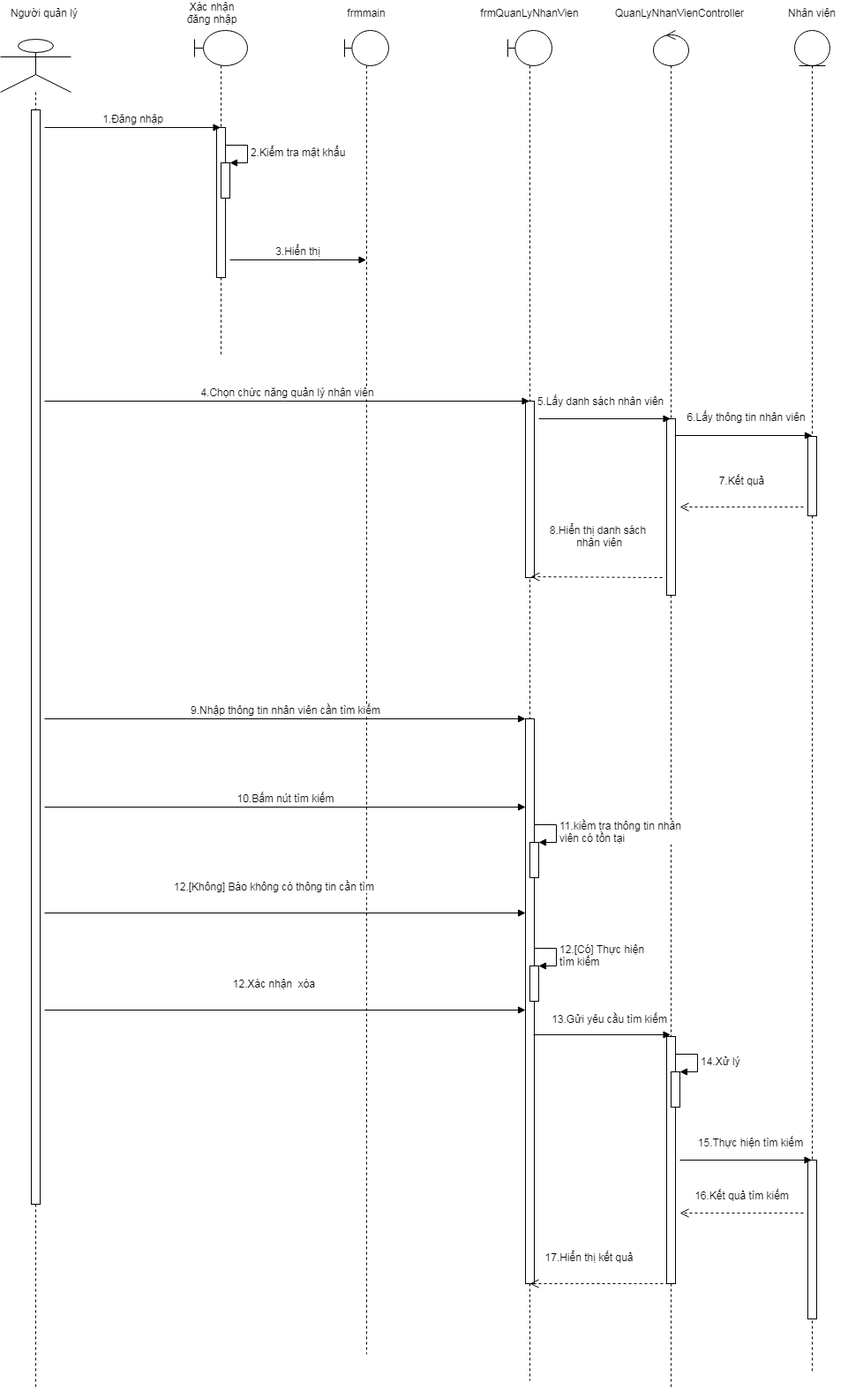
KNhaa/DoAnCNPM keeps this draw.io diagram as Phan_Tich_Thiet_Ke/Diagram/Sequence_Diagram/SequenceDiagram_QuanLyNhanVien_TimKiemNhanVien.png. Above is the earlier version. Source tidied: cells renumbered, new cells last; positions are measured from the earlier drawing's top-left corner, leaving out a move shared by most shapes. Source of this version:
```xml
<mxGraphModel>
  <root>
    <mxCell id="0" />
    <mxCell id="1" parent="0" />
    <mxCell id="2" style="shape=umlLifeline;participant=umlActor;perimeter=lifelinePerimeter;whiteSpace=wrap;html=1;verticalAlign=top;spacingTop=36;size=60;" parent="1" vertex="1">
      <mxGeometry y="40" width="80" height="1530" as="geometry" />
    </mxCell>
    <mxCell id="3" style="html=1;perimeter=orthogonalPerimeter;" parent="2" vertex="1">
      <mxGeometry x="35" y="80" width="10" height="1240" as="geometry" />
    </mxCell>
    <mxCell id="4" style="shape=umlLifeline;participant=umlBoundary;perimeter=lifelinePerimeter;whiteSpace=wrap;html=1;verticalAlign=top;spacingTop=36;outlineConnect=0;" parent="1" vertex="1">
      <mxGeometry x="220" y="30" width="60" height="370" as="geometry" />
    </mxCell>
    <mxCell id="5" style="html=1;perimeter=orthogonalPerimeter;" parent="4" vertex="1">
      <mxGeometry x="25" y="110" width="10" height="170" as="geometry" />
    </mxCell>
    <mxCell id="6" style="html=1;points=[];perimeter=orthogonalPerimeter;" parent="4" vertex="1">
      <mxGeometry x="30" y="150" width="10" height="40" as="geometry" />
    </mxCell>
    <mxCell id="7" value="&lt;font style=&quot;font-size: 12px&quot;&gt;2.Kiểm tra mật khẩu&lt;/font&gt;" style="edgeStyle=orthogonalEdgeStyle;html=1;align=left;spacingLeft=2;endArrow=block;rounded=0;entryX=1;entryY=0;" parent="4" edge="1" target="6">
      <mxGeometry relative="1" as="geometry">
        <mxPoint x="35" y="130" as="sourcePoint" />
        <Array as="points">
          <mxPoint x="60" y="130" />
        </Array>
      </mxGeometry>
    </mxCell>
    <mxCell id="8" style="shape=umlLifeline;participant=umlBoundary;perimeter=lifelinePerimeter;whiteSpace=wrap;html=1;verticalAlign=top;spacingTop=36;outlineConnect=0;" parent="1" vertex="1">
      <mxGeometry x="390" y="30" width="50" height="1500" as="geometry" />
    </mxCell>
    <mxCell id="9" style="shape=umlLifeline;participant=umlEntity;perimeter=lifelinePerimeter;whiteSpace=wrap;html=1;verticalAlign=top;spacingTop=36;outlineConnect=0;" parent="1" vertex="1">
      <mxGeometry x="900" y="30" width="40" height="1520" as="geometry" />
    </mxCell>
    <mxCell id="10" style="html=1;points=[];perimeter=orthogonalPerimeter;" parent="9" vertex="1">
      <mxGeometry x="15" y="460" width="10" height="90" as="geometry" />
    </mxCell>
    <mxCell id="11" style="html=1;perimeter=orthogonalPerimeter;" parent="9" vertex="1">
      <mxGeometry x="15" y="1280" width="10" height="180" as="geometry" />
    </mxCell>
    <mxCell id="12" style="shape=umlLifeline;participant=umlControl;perimeter=lifelinePerimeter;whiteSpace=wrap;html=1;verticalAlign=top;spacingTop=36;outlineConnect=0;" parent="1" vertex="1">
      <mxGeometry x="740" y="30" width="40" height="1540" as="geometry" />
    </mxCell>
    <mxCell id="13" style="html=1;points=[];perimeter=orthogonalPerimeter;" parent="12" vertex="1">
      <mxGeometry x="15" y="440" width="10" height="200" as="geometry" />
    </mxCell>
    <mxCell id="14" style="html=1;points=[];perimeter=orthogonalPerimeter;" parent="12" vertex="1">
      <mxGeometry x="15" y="1140" width="10" height="280" as="geometry" />
    </mxCell>
    <mxCell id="15" style="html=1;points=[];perimeter=orthogonalPerimeter;" parent="12" vertex="1">
      <mxGeometry x="20" y="1180" width="10" height="40" as="geometry" />
    </mxCell>
    <mxCell id="16" value="&lt;font style=&quot;font-size: 12px&quot;&gt;14.Xử lý&lt;/font&gt;" style="edgeStyle=orthogonalEdgeStyle;html=1;align=left;spacingLeft=2;endArrow=block;rounded=0;entryX=1;entryY=0;" parent="12" edge="1" target="15">
      <mxGeometry relative="1" as="geometry">
        <mxPoint x="25" y="1160" as="sourcePoint" />
        <Array as="points">
          <mxPoint x="50" y="1160" />
        </Array>
      </mxGeometry>
    </mxCell>
    <mxCell id="17" value="Người quản lý" style="text;html=1;strokeColor=none;fillColor=none;align=center;verticalAlign=middle;whiteSpace=wrap;rounded=0;" parent="1" vertex="1">
      <mxGeometry x="10" width="80" height="20" as="geometry" />
    </mxCell>
    <mxCell id="18" value="Xác nhận đăng nhập" style="text;html=1;strokeColor=none;fillColor=none;align=center;verticalAlign=middle;whiteSpace=wrap;rounded=0;" parent="1" vertex="1">
      <mxGeometry x="200" width="80" height="20" as="geometry" />
    </mxCell>
    <mxCell id="19" value="frmmain" style="text;html=1;strokeColor=none;fillColor=none;align=center;verticalAlign=middle;whiteSpace=wrap;rounded=0;" parent="1" vertex="1">
      <mxGeometry x="375" width="80" height="20" as="geometry" />
    </mxCell>
    <mxCell id="20" value="frmQuanLyNhanVien" style="text;html=1;strokeColor=none;fillColor=none;align=center;verticalAlign=middle;whiteSpace=wrap;rounded=0;" parent="1" vertex="1">
      <mxGeometry x="560" width="80" height="20" as="geometry" />
    </mxCell>
    <mxCell id="21" value="Nhân viên" style="text;html=1;strokeColor=none;fillColor=none;align=center;verticalAlign=middle;whiteSpace=wrap;rounded=0;" parent="1" vertex="1">
      <mxGeometry x="880" width="80" height="20" as="geometry" />
    </mxCell>
    <mxCell id="22" style="shape=umlLifeline;participant=umlBoundary;perimeter=lifelinePerimeter;whiteSpace=wrap;html=1;verticalAlign=top;spacingTop=36;outlineConnect=0;" parent="1" vertex="1">
      <mxGeometry x="575" y="30" width="50" height="1530" as="geometry" />
    </mxCell>
    <mxCell id="23" style="html=1;points=[];perimeter=orthogonalPerimeter;" parent="22" vertex="1">
      <mxGeometry x="20" y="420" width="10" height="200" as="geometry" />
    </mxCell>
    <mxCell id="24" style="html=1;points=[];perimeter=orthogonalPerimeter;" parent="22" vertex="1">
      <mxGeometry x="20" y="780" width="10" height="640" as="geometry" />
    </mxCell>
    <mxCell id="25" style="html=1;points=[];perimeter=orthogonalPerimeter;" parent="22" vertex="1">
      <mxGeometry x="25" y="920" width="10" height="40" as="geometry" />
    </mxCell>
    <mxCell id="26" value="&lt;font style=&quot;font-size: 12px&quot;&gt;11.kiềm tra thông tin nhân&amp;nbsp;&lt;br&gt;viên có tồn tại&lt;/font&gt;" style="edgeStyle=orthogonalEdgeStyle;html=1;align=left;spacingLeft=2;endArrow=block;rounded=0;entryX=1;entryY=0;" parent="22" edge="1" target="25">
      <mxGeometry relative="1" as="geometry">
        <mxPoint x="30" y="900" as="sourcePoint" />
        <Array as="points">
          <mxPoint x="55" y="900" />
        </Array>
      </mxGeometry>
    </mxCell>
    <mxCell id="27" style="html=1;points=[];perimeter=orthogonalPerimeter;" parent="22" vertex="1">
      <mxGeometry x="25" y="1060" width="10" height="40" as="geometry" />
    </mxCell>
    <mxCell id="28" value="&lt;font style=&quot;font-size: 12px&quot;&gt;12.[Có] Thực hiện &lt;br&gt;tìm kiếm&lt;/font&gt;" style="edgeStyle=orthogonalEdgeStyle;html=1;align=left;spacingLeft=2;endArrow=block;rounded=0;entryX=1;entryY=0;" parent="22" edge="1" target="27">
      <mxGeometry relative="1" as="geometry">
        <mxPoint x="30" y="1040" as="sourcePoint" />
        <Array as="points">
          <mxPoint x="55" y="1040" />
        </Array>
      </mxGeometry>
    </mxCell>
    <mxCell id="29" value="QuanLyNhanVienController" style="text;html=1;strokeColor=none;fillColor=none;align=center;verticalAlign=middle;whiteSpace=wrap;rounded=0;" parent="1" vertex="1">
      <mxGeometry x="730" width="80" height="20" as="geometry" />
    </mxCell>
    <mxCell id="30" value="&lt;font style=&quot;font-size: 12px&quot;&gt;1.Đăng nhập&lt;/font&gt;" style="html=1;verticalAlign=bottom;endArrow=block;" parent="1" edge="1" target="4">
      <mxGeometry relative="1" as="geometry">
        <mxPoint x="50" y="140" as="sourcePoint" />
      </mxGeometry>
    </mxCell>
    <mxCell id="31" value="&lt;font style=&quot;font-size: 12px&quot;&gt;3.Hiển thị&lt;/font&gt;" style="html=1;verticalAlign=bottom;endArrow=block;" parent="1" edge="1" target="8">
      <mxGeometry relative="1" as="geometry">
        <mxPoint x="260" y="290" as="sourcePoint" />
      </mxGeometry>
    </mxCell>
    <mxCell id="32" value="&lt;font style=&quot;font-size: 12px&quot;&gt;4.Chọn chức năng quản lý nhân viên&lt;/font&gt;" style="html=1;verticalAlign=bottom;endArrow=block;" parent="1" edge="1" target="22">
      <mxGeometry relative="1" as="geometry">
        <mxPoint x="50" y="450" as="sourcePoint" />
      </mxGeometry>
    </mxCell>
    <mxCell id="33" value="&lt;font style=&quot;font-size: 12px&quot;&gt;5.Lấy danh sách nhân viên&lt;/font&gt;" style="html=1;verticalAlign=bottom;endArrow=block;" parent="1" edge="1" target="12">
      <mxGeometry x="-0.06" y="10" relative="1" as="geometry">
        <mxPoint x="610" y="470" as="sourcePoint" />
      </mxGeometry>
    </mxCell>
    <mxCell id="34" value="&lt;font style=&quot;font-size: 12px&quot;&gt;6.Lấy thông tin nhân viên&lt;/font&gt;" style="html=1;verticalAlign=bottom;endArrow=block;entryX=0.5;entryY=-0.011;entryDx=0;entryDy=0;entryPerimeter=0;" parent="1" edge="1" target="10">
      <mxGeometry x="0.04" y="11" relative="1" as="geometry">
        <mxPoint x="765" y="489" as="sourcePoint" />
      </mxGeometry>
    </mxCell>
    <mxCell id="35" value="&lt;font style=&quot;font-size: 12px&quot;&gt;7.Kết quả&lt;/font&gt;" style="html=1;verticalAlign=bottom;endArrow=open;dashed=1;endSize=8;" parent="1" edge="1">
      <mxGeometry y="-20" relative="1" as="geometry">
        <mxPoint x="910" y="570" as="sourcePoint" />
        <mxPoint x="770" y="570" as="targetPoint" />
      </mxGeometry>
    </mxCell>
    <mxCell id="36" value="&lt;font style=&quot;font-size: 12px&quot;&gt;8.Hiển thị danh sách&lt;br&gt;&lt;font style=&quot;font-size: 12px&quot;&gt;&amp;nbsp;nhân viên&lt;/font&gt;&lt;/font&gt;" style="html=1;verticalAlign=bottom;endArrow=open;dashed=1;endSize=8;entryX=0.6;entryY=0.995;entryDx=0;entryDy=0;entryPerimeter=0;" parent="1" edge="1" target="23">
      <mxGeometry x="-0.01" y="-30" relative="1" as="geometry">
        <mxPoint x="750" y="650" as="sourcePoint" />
      </mxGeometry>
    </mxCell>
    <mxCell id="37" value="&lt;span style=&quot;font-size: 12px&quot;&gt;9.Nhập thông tin nhân viên cần tìm kiếm&lt;/span&gt;" style="html=1;verticalAlign=bottom;endArrow=block;" parent="1" edge="1" target="24">
      <mxGeometry relative="1" as="geometry">
        <mxPoint x="50" y="810" as="sourcePoint" />
      </mxGeometry>
    </mxCell>
    <mxCell id="38" value="&lt;span style=&quot;font-size: 12px&quot;&gt;10.Bấm nút tìm kiếm&lt;/span&gt;" style="html=1;verticalAlign=bottom;endArrow=block;" parent="1" edge="1">
      <mxGeometry relative="1" as="geometry">
        <mxPoint x="50" y="910" as="sourcePoint" />
        <mxPoint x="595" y="910" as="targetPoint" />
      </mxGeometry>
    </mxCell>
    <mxCell id="39" value="&lt;span style=&quot;font-size: 12px&quot;&gt;12.[Không] Báo không có thông tin cần tìm&lt;/span&gt;" style="html=1;verticalAlign=bottom;endArrow=block;" parent="1" edge="1">
      <mxGeometry x="-0.05" y="20" relative="1" as="geometry">
        <mxPoint x="50" y="1030" as="sourcePoint" />
        <mxPoint x="595" y="1030" as="targetPoint" />
      </mxGeometry>
    </mxCell>
    <mxCell id="40" value="&lt;font style=&quot;font-size: 12px&quot;&gt;&lt;font style=&quot;font-size: 12px&quot;&gt;13.Gửi yêu cầu tìm kiếm&lt;/font&gt;&lt;br&gt;&lt;/font&gt;" style="html=1;verticalAlign=bottom;endArrow=block;" parent="1" edge="1" target="12">
      <mxGeometry x="0.11" y="8" relative="1" as="geometry">
        <mxPoint x="604" y="1168" as="sourcePoint" />
      </mxGeometry>
    </mxCell>
    <mxCell id="41" value="&lt;font style=&quot;font-size: 12px&quot;&gt;15.Thực hiện tìm kiếm&lt;br&gt;&lt;/font&gt;" style="html=1;verticalAlign=bottom;endArrow=block;" parent="1" edge="1" target="9">
      <mxGeometry x="0.07" y="10" relative="1" as="geometry">
        <mxPoint x="770" y="1310" as="sourcePoint" />
      </mxGeometry>
    </mxCell>
    <mxCell id="42" value="&lt;font style=&quot;font-size: 12px&quot;&gt;16.Kết quả tìm kiếm&lt;/font&gt;" style="html=1;verticalAlign=bottom;endArrow=open;dashed=1;endSize=8;" parent="1" edge="1">
      <mxGeometry y="-10" relative="1" as="geometry">
        <mxPoint x="910" y="1370" as="sourcePoint" />
        <mxPoint x="770" y="1370" as="targetPoint" />
      </mxGeometry>
    </mxCell>
    <mxCell id="43" value="&lt;span style=&quot;font-size: 12px&quot;&gt;17.Hiển thị kết quả&lt;/span&gt;" style="html=1;verticalAlign=bottom;endArrow=open;dashed=1;endSize=8;exitX=0.2;exitY=1;exitDx=0;exitDy=0;exitPerimeter=0;" parent="1" edge="1" source="14">
      <mxGeometry x="0.14" y="-20" relative="1" as="geometry">
        <mxPoint x="600" y="1450" as="targetPoint" />
      </mxGeometry>
    </mxCell>
    <mxCell id="44" value="&lt;span style=&quot;font-size: 12px&quot;&gt;12.Xác nhận&amp;nbsp; xóa&lt;/span&gt;" style="html=1;verticalAlign=bottom;endArrow=block;" parent="1" edge="1">
      <mxGeometry x="-0.05" y="20" relative="1" as="geometry">
        <mxPoint x="50" y="1140" as="sourcePoint" />
        <mxPoint x="595" y="1140" as="targetPoint" />
      </mxGeometry>
    </mxCell>
  </root>
</mxGraphModel>
```
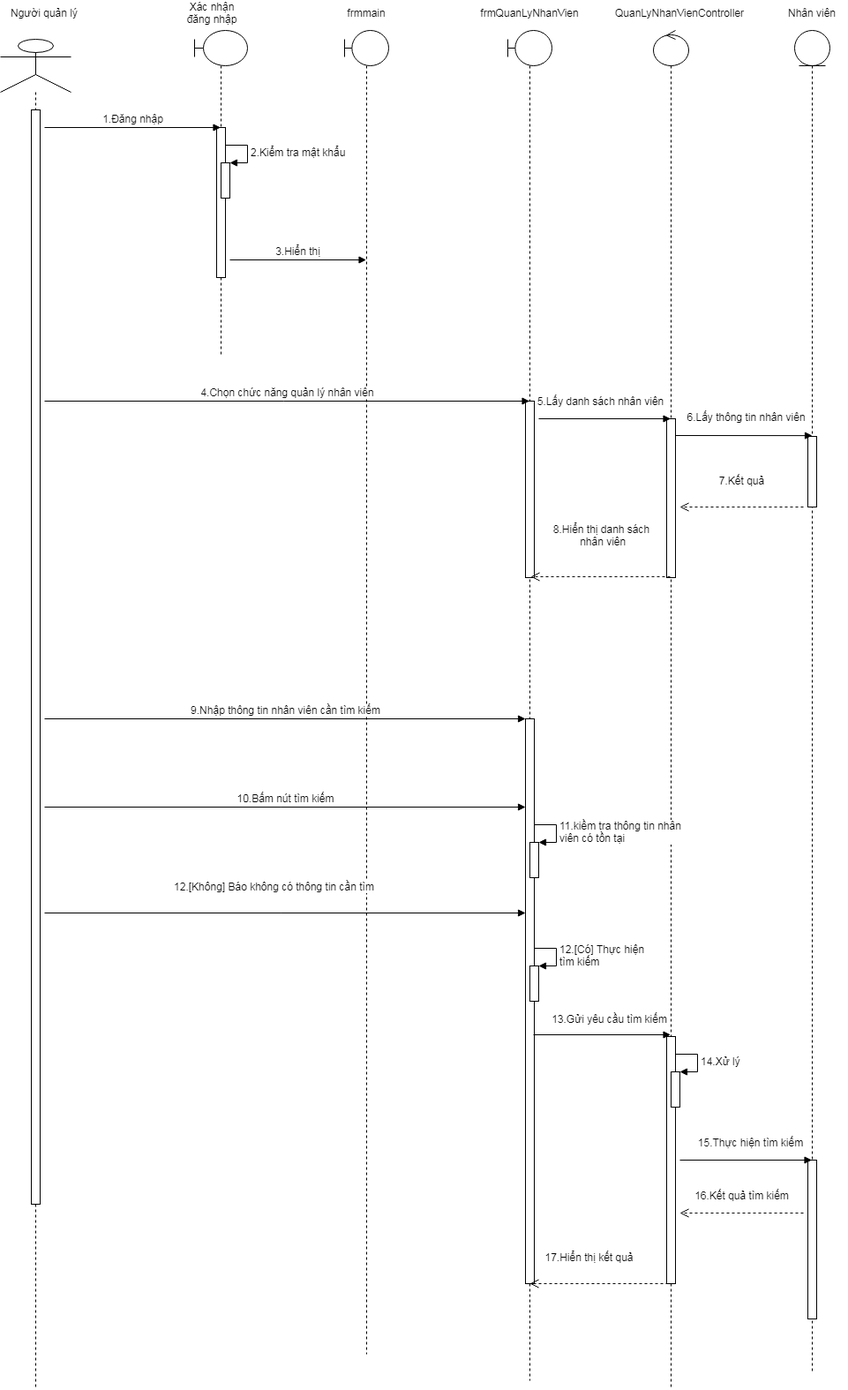
Above is the later version.

Diff of the diagram source:
```diff
@@ -32,7 +32,7 @@
       <mxGeometry x="900" y="30" width="40" height="1520" as="geometry" />
     </mxCell>
     <mxCell id="10" style="html=1;points=[];perimeter=orthogonalPerimeter;" parent="9" vertex="1">
-      <mxGeometry x="15" y="460" width="10" height="90" as="geometry" />
+      <mxGeometry x="15" y="460" width="10" height="80" as="geometry" />
     </mxCell>
     <mxCell id="11" style="html=1;perimeter=orthogonalPerimeter;" parent="9" vertex="1">
       <mxGeometry x="15" y="1280" width="10" height="180" as="geometry" />
@@ -41,7 +41,7 @@
       <mxGeometry x="740" y="30" width="40" height="1540" as="geometry" />
     </mxCell>
     <mxCell id="13" style="html=1;points=[];perimeter=orthogonalPerimeter;" parent="12" vertex="1">
-      <mxGeometry x="15" y="440" width="10" height="200" as="geometry" />
+      <mxGeometry x="15" y="440" width="10" height="180" as="geometry" />
     </mxCell>
     <mxCell id="14" style="html=1;points=[];perimeter=orthogonalPerimeter;" parent="12" vertex="1">
       <mxGeometry x="15" y="1140" width="10" height="280" as="geometry" />
@@ -137,10 +137,8 @@
         <mxPoint x="770" y="570" as="targetPoint" />
       </mxGeometry>
     </mxCell>
-    <mxCell id="36" value="&lt;font style=&quot;font-size: 12px&quot;&gt;8.Hiển thị danh sách&lt;br&gt;&lt;font style=&quot;font-size: 12px&quot;&gt;&amp;nbsp;nhân viên&lt;/font&gt;&lt;/font&gt;" style="html=1;verticalAlign=bottom;endArrow=open;dashed=1;endSize=8;entryX=0.6;entryY=0.995;entryDx=0;entryDy=0;entryPerimeter=0;" parent="1" edge="1" target="23">
-      <mxGeometry x="-0.01" y="-30" relative="1" as="geometry">
-        <mxPoint x="750" y="650" as="sourcePoint" />
-      </mxGeometry>
+    <mxCell id="36" value="&lt;font style=&quot;font-size: 12px&quot;&gt;8.Hiển thị danh sách&lt;br&gt;&lt;font style=&quot;font-size: 12px&quot;&gt;&amp;nbsp;nhân viên&lt;/font&gt;&lt;/font&gt;" style="html=1;verticalAlign=bottom;endArrow=open;dashed=1;endSize=8;entryX=0.6;entryY=0.995;entryDx=0;entryDy=0;entryPerimeter=0;exitX=0.4;exitY=0.994;exitDx=0;exitDy=0;exitPerimeter=0;" parent="1" edge="1" source="13" target="23">
+      <mxGeometry x="-0.01" y="-30" relative="1" as="geometry" />
     </mxCell>
     <mxCell id="37" value="&lt;span style=&quot;font-size: 12px&quot;&gt;9.Nhập thông tin nhân viên cần tìm kiếm&lt;/span&gt;" style="html=1;verticalAlign=bottom;endArrow=block;" parent="1" edge="1" target="24">
       <mxGeometry relative="1" as="geometry">
@@ -180,11 +178,5 @@
         <mxPoint x="600" y="1450" as="targetPoint" />
       </mxGeometry>
     </mxCell>
-    <mxCell id="44" value="&lt;span style=&quot;font-size: 12px&quot;&gt;12.Xác nhận&amp;nbsp; xóa&lt;/span&gt;" style="html=1;verticalAlign=bottom;endArrow=block;" parent="1" edge="1">
-      <mxGeometry x="-0.05" y="20" relative="1" as="geometry">
-        <mxPoint x="50" y="1140" as="sourcePoint" />
-        <mxPoint x="595" y="1140" as="targetPoint" />
-      </mxGeometry>
-    </mxCell>
   </root>
 </mxGraphModel>
```
